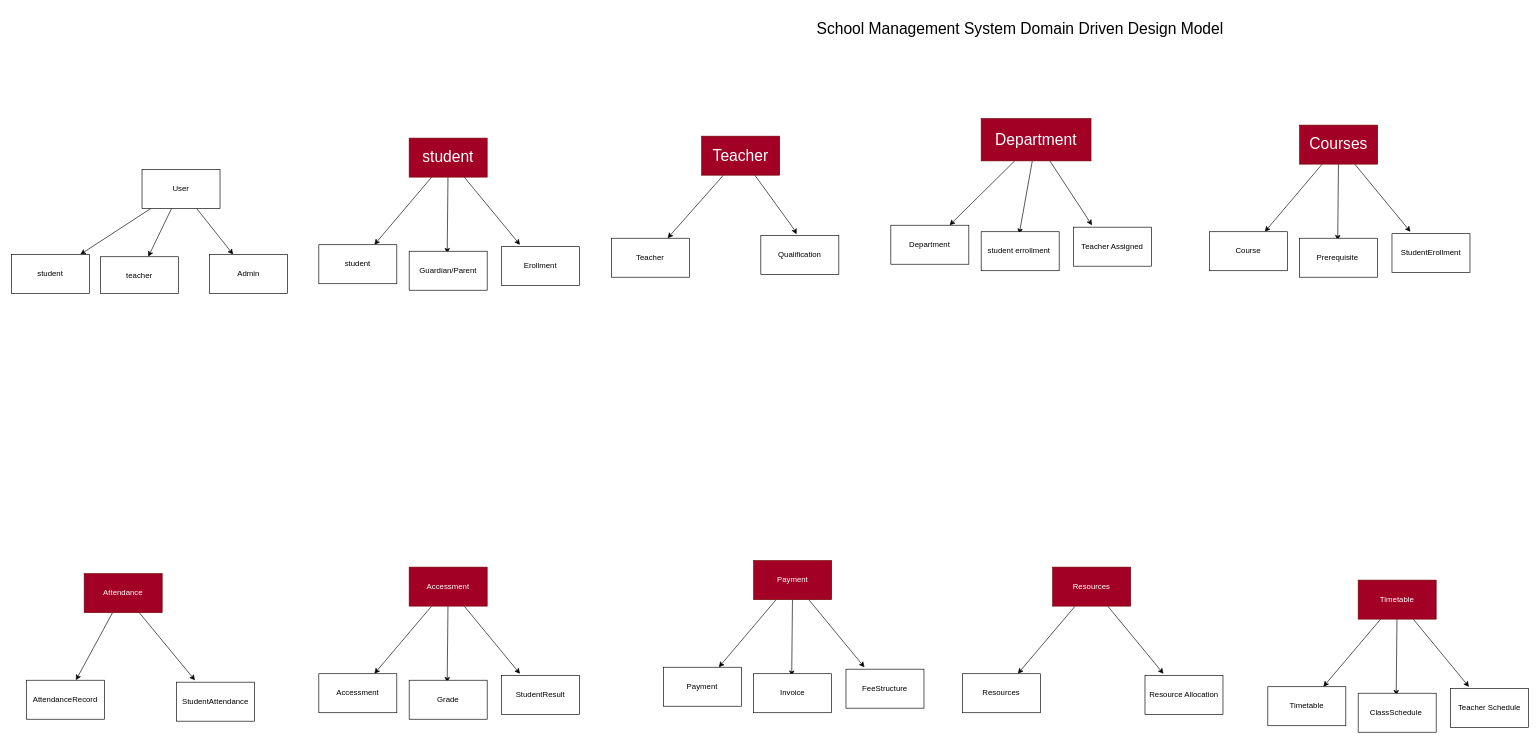
Earlier version of the draw.io diagram app.drawio (hakeem2499/SchoolAutomation). Source tidied: cells renumbered, new cells numbered last; positions are measured from the earlier drawing's top-left corner, leaving out a move shared by most shapes. Both pictures are drawn from the tidied source at 65%, with x=0, y=0 at pixel (11, 11).
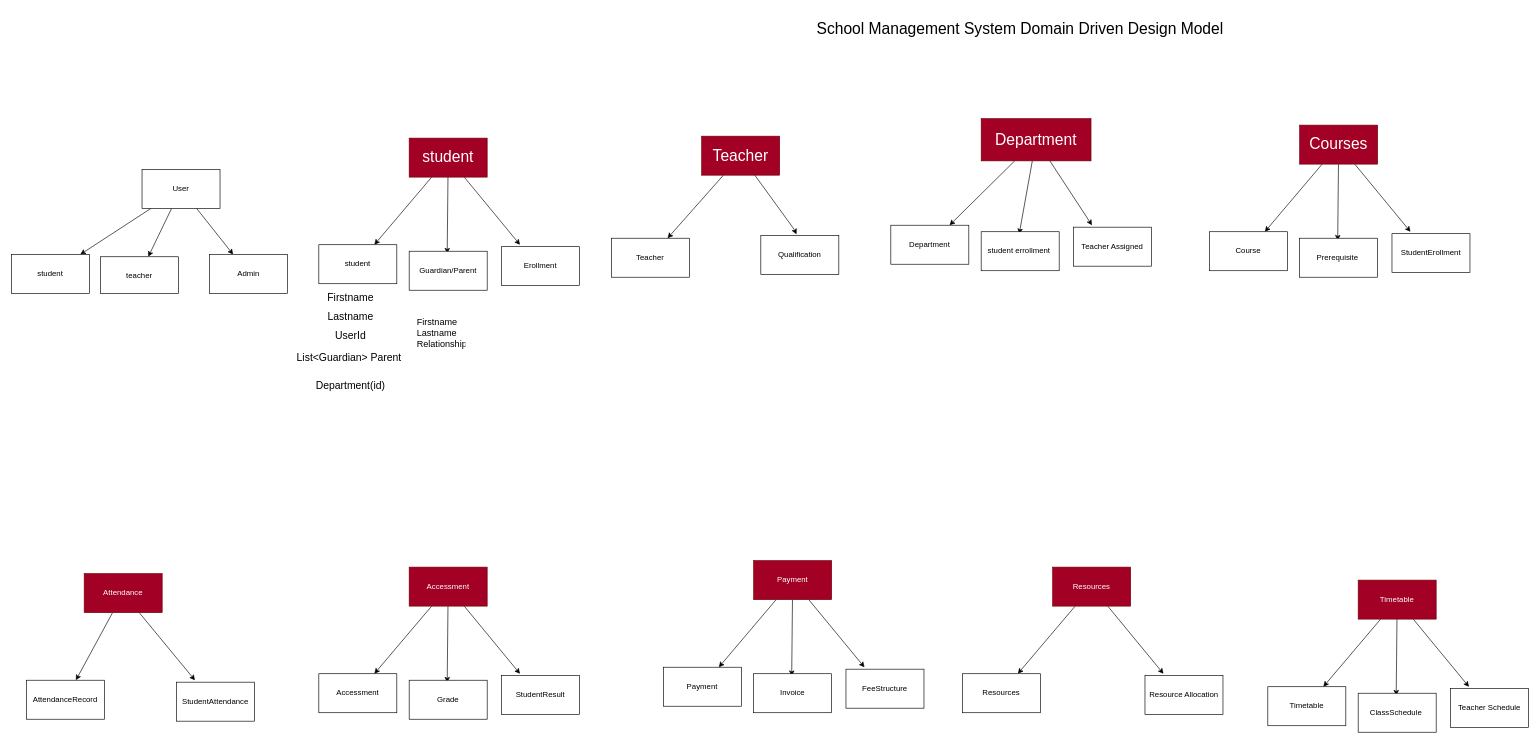
Above is the later version.

The edit, as a diff of the source:
```diff
@@
+    <mxCell id="67" value="&lt;font size=&quot;3&quot;&gt;Firstname&lt;/font&gt;" style="text;html=1;strokeColor=none;fillColor=none;align=center;verticalAlign=middle;whiteSpace=wrap;rounded=0;fontSize=24;" parent="1" vertex="1">
+      <mxGeometry x="473" y="422" width="98" height="32" as="geometry" />
+    </mxCell>
+    <mxCell id="68" value="&lt;font size=&quot;3&quot;&gt;Lastname&lt;/font&gt;" style="text;html=1;strokeColor=none;fillColor=none;align=center;verticalAlign=middle;whiteSpace=wrap;rounded=0;fontSize=24;" parent="1" vertex="1">
+      <mxGeometry x="473" y="451" width="98" height="32" as="geometry" />
+    </mxCell>
+    <mxCell id="69" value="&lt;font size=&quot;3&quot;&gt;UserId&lt;/font&gt;" style="text;html=1;strokeColor=none;fillColor=none;align=center;verticalAlign=middle;whiteSpace=wrap;rounded=0;fontSize=24;" parent="1" vertex="1">
+      <mxGeometry x="473" y="481" width="98" height="32" as="geometry" />
+    </mxCell>
+    <mxCell id="70" value="&lt;font size=&quot;3&quot;&gt;List&amp;lt;Guardian&amp;gt; Parent&amp;nbsp;&lt;/font&gt;" style="text;html=1;strokeColor=none;fillColor=none;align=center;verticalAlign=middle;whiteSpace=wrap;rounded=0;fontSize=24;" parent="1" vertex="1">
+      <mxGeometry x="437" y="513" width="170" height="35" as="geometry" />
+    </mxCell>
+    <mxCell id="71" value="&lt;font style=&quot;font-size: 14px;&quot;&gt;Firstname&lt;br&gt;Lastname&lt;br&gt;Relationship&lt;br&gt;&lt;/font&gt;" style="text;strokeColor=none;fillColor=none;align=left;verticalAlign=middle;spacingLeft=4;spacingRight=4;overflow=hidden;whiteSpace=wrap;html=1;fontSize=14;strokeWidth=12;" parent="1" vertex="1">
+      <mxGeometry x="618" y="446" width="85" height="97" as="geometry" />
+    </mxCell>
+    <mxCell id="72" value="&lt;font size=&quot;3&quot;&gt;Department(id)&lt;/font&gt;" style="text;html=1;strokeColor=none;fillColor=none;align=center;verticalAlign=middle;whiteSpace=wrap;rounded=0;fontSize=24;" parent="1" vertex="1">
+      <mxGeometry x="473" y="557" width="98" height="32" as="geometry" />
+    </mxCell>
```
